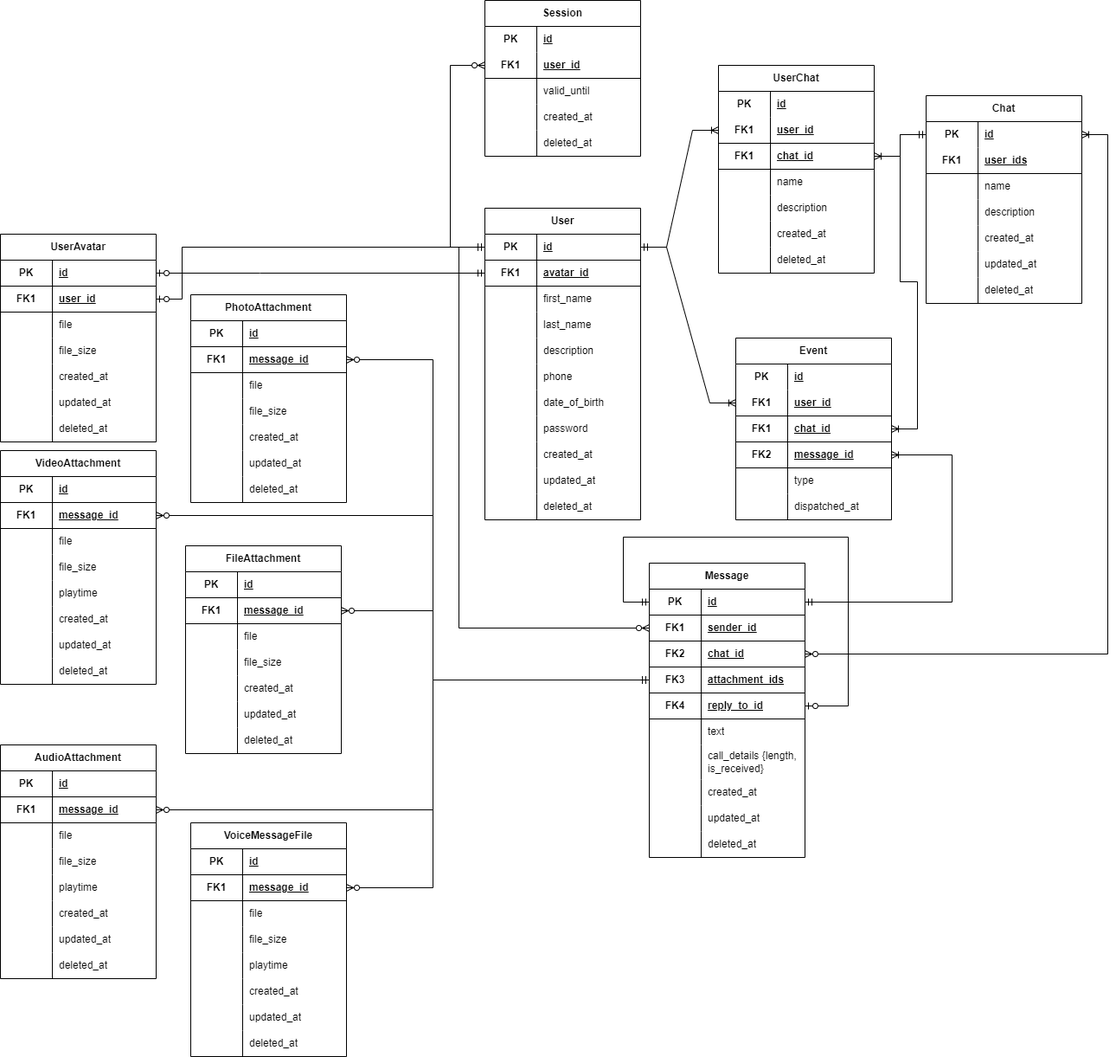
Earlier version of the draw.io export db_logical.drawio.png (Petr09Mitin/technopark-highload-course-proj). Source tidied: cells renumbered, new cells last; positions are measured from the earlier drawing's top-left corner, leaving out a move shared by most shapes.
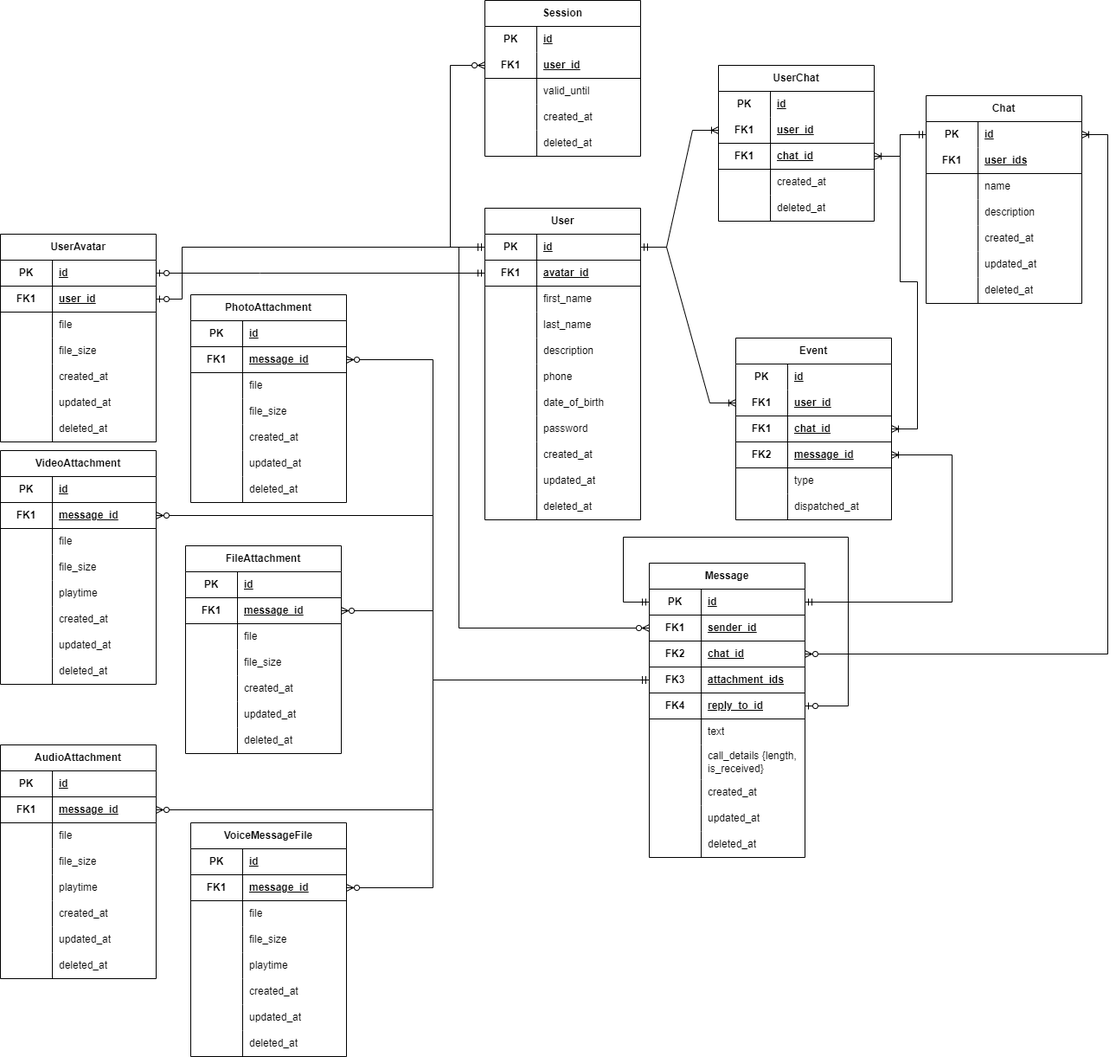
After the commit.

Commit message:
feat: Описать механизм msg received/read, выгрузку в ClickHouse

Change to the diagram source:
```diff
@@ -827,7 +827,7 @@
       </mxGeometry>
     </mxCell>
     <mxCell id="257" value="UserChat" style="shape=table;startSize=30;rowLines=0;fontStyle=1;align=center;html=1;whiteSpace=wrap;" parent="1" vertex="1">
-      <mxGeometry x="830" y="75" width="180" height="240" as="geometry" />
+      <mxGeometry x="830" y="75" width="180" height="180" as="geometry" />
     </mxCell>
     <mxCell id="258" style="shape=tableRow;horizontal=0;startSize=0;swimlaneHead=0;swimlaneBody=0;fillColor=none;top=0;left=0;right=0;bottom=0;html=1;" parent="257" vertex="1">
       <mxGeometry y="30" width="180" height="30" as="geometry" />
@@ -856,26 +856,8 @@
     <mxCell id="266" value="chat_id" style="shape=partialRectangle;fillColor=none;top=0;left=0;bottom=0;right=0;align=left;spacingLeft=6;fontStyle=5;overflow=hidden;html=1;whiteSpace=wrap;" parent="264" vertex="1">
       <mxGeometry x="60" width="120" height="30" as="geometry" />
     </mxCell>
-    <mxCell id="267" style="shape=tableRow;horizontal=0;startSize=0;swimlaneHead=0;swimlaneBody=0;fillColor=none;top=0;left=0;right=0;bottom=0;html=1;" parent="257" vertex="1">
-      <mxGeometry y="120" width="180" height="30" as="geometry" />
-    </mxCell>
-    <mxCell id="268" style="shape=partialRectangle;fillColor=none;top=0;left=0;bottom=0;right=0;overflow=hidden;html=1;whiteSpace=wrap;" parent="267" vertex="1">
-      <mxGeometry width="60" height="30" as="geometry" />
-    </mxCell>
-    <mxCell id="269" value="name" style="shape=partialRectangle;fillColor=none;top=0;left=0;bottom=0;right=0;align=left;spacingLeft=6;overflow=hidden;html=1;whiteSpace=wrap;" parent="267" vertex="1">
-      <mxGeometry x="60" width="120" height="30" as="geometry" />
-    </mxCell>
-    <mxCell id="270" style="shape=tableRow;horizontal=0;startSize=0;swimlaneHead=0;swimlaneBody=0;fillColor=none;top=0;left=0;right=0;bottom=0;html=1;" parent="257" vertex="1">
-      <mxGeometry y="150" width="180" height="30" as="geometry" />
-    </mxCell>
-    <mxCell id="271" style="shape=partialRectangle;fillColor=none;top=0;left=0;bottom=0;right=0;overflow=hidden;html=1;whiteSpace=wrap;" parent="270" vertex="1">
-      <mxGeometry width="60" height="30" as="geometry" />
-    </mxCell>
-    <mxCell id="272" value="description" style="shape=partialRectangle;fillColor=none;top=0;left=0;bottom=0;right=0;align=left;spacingLeft=6;overflow=hidden;html=1;whiteSpace=wrap;" parent="270" vertex="1">
-      <mxGeometry x="60" width="120" height="30" as="geometry" />
-    </mxCell>
     <mxCell id="273" style="shape=tableRow;horizontal=0;startSize=0;swimlaneHead=0;swimlaneBody=0;fillColor=none;top=0;left=0;right=0;bottom=0;html=1;" parent="257" vertex="1">
-      <mxGeometry y="180" width="180" height="30" as="geometry" />
+      <mxGeometry y="120" width="180" height="30" as="geometry" />
     </mxCell>
     <mxCell id="274" style="shape=partialRectangle;fillColor=none;top=0;left=0;bottom=0;right=0;overflow=hidden;html=1;whiteSpace=wrap;" parent="273" vertex="1">
       <mxGeometry width="60" height="30" as="geometry" />
@@ -884,7 +866,7 @@
       <mxGeometry x="60" width="120" height="30" as="geometry" />
     </mxCell>
     <mxCell id="276" style="shape=tableRow;horizontal=0;startSize=0;swimlaneHead=0;swimlaneBody=0;fillColor=none;top=0;left=0;right=0;bottom=0;html=1;" parent="257" vertex="1">
-      <mxGeometry y="210" width="180" height="30" as="geometry" />
+      <mxGeometry y="150" width="180" height="30" as="geometry" />
     </mxCell>
     <mxCell id="277" style="shape=partialRectangle;fillColor=none;top=0;left=0;bottom=0;right=0;overflow=hidden;html=1;whiteSpace=wrap;" parent="276" vertex="1">
       <mxGeometry width="60" height="30" as="geometry" />
```
